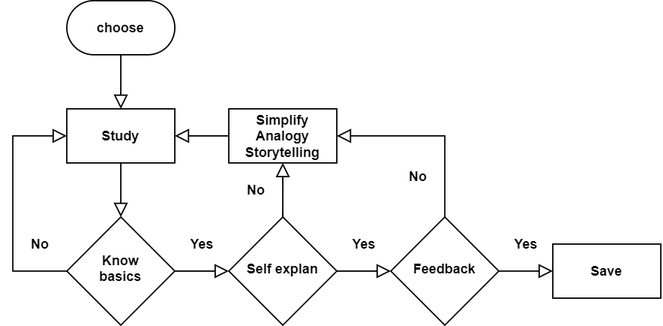
fightmeat/photos keeps this draw.io diagram as Feynman.png. Above is the earlier version. Source tidied: cells renumbered, new cells last; positions are measured from the earlier drawing's top-left corner, leaving out a move shared by most shapes. Its diagram source:
```xml
<mxGraphModel>
  <root>
    <mxCell id="0" />
    <mxCell id="1" parent="0" />
    <mxCell id="2" style="rounded=0;html=1;jettySize=auto;fontSize=10;endArrow=block;endFill=0;endSize=8;strokeWidth=1;shadow=0;labelBackgroundColor=none;edgeStyle=orthogonalEdgeStyle;entryX=0.5;entryY=0;entryDx=0;entryDy=0;exitX=0.5;exitY=1;exitDx=0;exitDy=0;" parent="1" edge="1" source="3" target="16">
      <mxGeometry relative="1" as="geometry" />
    </mxCell>
    <mxCell id="3" value="&lt;b style=&quot;font-size: 10px;&quot;&gt;choose&lt;/b&gt;" style="rounded=1;whiteSpace=wrap;html=1;fontSize=10;glass=0;strokeWidth=1;shadow=0;arcSize=50;" parent="1" vertex="1">
      <mxGeometry x="40" width="80" height="40" as="geometry" />
    </mxCell>
    <mxCell id="4" value="&lt;b style=&quot;font-size: 10px;&quot;&gt;Yes&lt;/b&gt;" style="rounded=0;html=1;jettySize=auto;fontSize=10;endArrow=block;endFill=0;endSize=8;strokeWidth=1;shadow=0;labelBackgroundColor=none;edgeStyle=orthogonalEdgeStyle;exitX=1;exitY=0.5;exitDx=0;exitDy=0;entryX=0;entryY=0.5;entryDx=0;entryDy=0;" parent="1" edge="1" source="5" target="6">
      <mxGeometry y="20" relative="1" as="geometry" />
    </mxCell>
    <mxCell id="5" value="&lt;b style=&quot;font-size: 10px;&quot;&gt;Know&lt;br&gt;&lt;/b&gt;&lt;b&gt;basics&lt;/b&gt;&lt;b style=&quot;font-size: 10px;&quot;&gt;&lt;br&gt;&lt;/b&gt;" style="rhombus;whiteSpace=wrap;html=1;shadow=0;fontFamily=Helvetica;fontSize=10;align=center;strokeWidth=1;spacing=6;spacingTop=-4;" parent="1" vertex="1">
      <mxGeometry x="40" y="160" width="80" height="80" as="geometry" />
    </mxCell>
    <mxCell id="6" value="&lt;b style=&quot;font-size: 10px;&quot;&gt;Self explan&lt;/b&gt;" style="rhombus;whiteSpace=wrap;html=1;shadow=0;fontFamily=Helvetica;fontSize=10;align=center;strokeWidth=1;spacing=6;spacingTop=-4;" parent="1" vertex="1">
      <mxGeometry x="160" y="160" width="80" height="80" as="geometry" />
    </mxCell>
    <mxCell id="7" value="&lt;b style=&quot;font-size: 10px;&quot;&gt;Simplify Analogy Storytelling&lt;/b&gt;" style="rounded=1;whiteSpace=wrap;html=1;fontSize=10;glass=0;strokeWidth=1;shadow=0;arcSize=0;" parent="1" vertex="1">
      <mxGeometry x="160" y="80" width="80" height="40" as="geometry" />
    </mxCell>
    <mxCell id="8" value="&lt;b style=&quot;font-size: 10px;&quot;&gt;Save&lt;/b&gt;" style="rounded=1;whiteSpace=wrap;html=1;fontSize=10;glass=0;strokeWidth=1;shadow=0;arcSize=0;" parent="1" vertex="1">
      <mxGeometry x="400" y="180" width="80" height="40" as="geometry" />
    </mxCell>
    <mxCell id="9" value="&lt;b style=&quot;font-size: 10px;&quot;&gt;No&lt;/b&gt;" style="edgeStyle=orthogonalEdgeStyle;rounded=0;html=1;jettySize=auto;fontSize=10;endArrow=block;endFill=0;endSize=8;strokeWidth=1;shadow=0;labelBackgroundColor=none;entryX=1;entryY=0.5;entryDx=0;entryDy=0;exitX=0.5;exitY=0;exitDx=0;exitDy=0;" parent="1" edge="1" source="10" target="7">
      <mxGeometry x="-0.57" y="20" relative="1" as="geometry">
        <Array as="points">
          <mxPoint x="320" y="100" />
        </Array>
      </mxGeometry>
    </mxCell>
    <mxCell id="10" value="&lt;b style=&quot;font-size: 10px;&quot;&gt;Feedback&lt;/b&gt;" style="rhombus;whiteSpace=wrap;html=1;shadow=0;fontFamily=Helvetica;fontSize=10;align=center;strokeWidth=1;spacing=6;spacingTop=-4;" parent="1" vertex="1">
      <mxGeometry x="280" y="160" width="80" height="80" as="geometry" />
    </mxCell>
    <mxCell id="11" value="&lt;b style=&quot;font-size: 10px;&quot;&gt;No&lt;/b&gt;" style="edgeStyle=orthogonalEdgeStyle;rounded=0;html=1;jettySize=auto;fontSize=10;endArrow=block;endFill=0;endSize=8;strokeWidth=1;shadow=0;labelBackgroundColor=none;exitX=0;exitY=0.5;exitDx=0;exitDy=0;entryX=0;entryY=0.5;entryDx=0;entryDy=0;" parent="1" edge="1" source="5" target="16">
      <mxGeometry x="-0.33" y="-20" relative="1" as="geometry">
        <Array as="points">
          <mxPoint y="200" />
          <mxPoint y="100" />
        </Array>
      </mxGeometry>
    </mxCell>
    <mxCell id="12" value="&lt;b style=&quot;font-size: 10px;&quot;&gt;Yes&lt;/b&gt;" style="rounded=0;html=1;jettySize=auto;fontSize=10;endArrow=block;endFill=0;endSize=8;strokeWidth=1;shadow=0;labelBackgroundColor=none;edgeStyle=orthogonalEdgeStyle;exitX=1;exitY=0.5;exitDx=0;exitDy=0;entryX=0;entryY=0.5;entryDx=0;entryDy=0;" parent="1" edge="1" source="6" target="10">
      <mxGeometry y="20" relative="1" as="geometry" />
    </mxCell>
    <mxCell id="13" value="&lt;b style=&quot;font-size: 10px;&quot;&gt;Yes&lt;/b&gt;" style="edgeStyle=orthogonalEdgeStyle;rounded=0;html=1;jettySize=auto;fontSize=10;endArrow=block;endFill=0;endSize=8;strokeWidth=1;shadow=0;labelBackgroundColor=none;exitX=1;exitY=0.5;exitDx=0;exitDy=0;entryX=0;entryY=0.5;entryDx=0;entryDy=0;" parent="1" edge="1" source="10" target="8">
      <mxGeometry y="20" relative="1" as="geometry">
        <Array as="points">
          <mxPoint x="390" y="200" />
          <mxPoint x="390" y="200" />
        </Array>
      </mxGeometry>
    </mxCell>
    <mxCell id="14" value="&lt;b style=&quot;font-size: 10px;&quot;&gt;No&lt;/b&gt;" style="edgeStyle=orthogonalEdgeStyle;rounded=0;html=1;jettySize=auto;fontSize=10;endArrow=block;endFill=0;endSize=8;strokeWidth=1;shadow=0;labelBackgroundColor=none;exitX=0.5;exitY=0;exitDx=0;exitDy=0;entryX=0.5;entryY=1;entryDx=0;entryDy=0;" parent="1" edge="1" source="6" target="7">
      <mxGeometry y="20" relative="1" as="geometry">
        <Array as="points">
          <mxPoint x="200" y="140" />
          <mxPoint x="200" y="140" />
        </Array>
      </mxGeometry>
    </mxCell>
    <mxCell id="15" style="edgeStyle=orthogonalEdgeStyle;rounded=0;html=1;jettySize=auto;fontSize=10;endArrow=block;endFill=0;endSize=8;strokeWidth=1;shadow=0;labelBackgroundColor=none;exitX=0;exitY=0.5;exitDx=0;exitDy=0;entryX=1;entryY=0.5;entryDx=0;entryDy=0;" parent="1" edge="1" source="7" target="16">
      <mxGeometry x="-1" y="-72" relative="1" as="geometry">
        <mxPoint x="40" y="12" as="offset" />
      </mxGeometry>
    </mxCell>
    <mxCell id="16" value="&lt;b style=&quot;font-size: 10px;&quot;&gt;Study&lt;/b&gt;" style="rounded=1;whiteSpace=wrap;html=1;fontSize=10;glass=0;strokeWidth=1;shadow=0;arcSize=0;" parent="1" vertex="1">
      <mxGeometry x="40" y="80" width="80" height="40" as="geometry" />
    </mxCell>
    <mxCell id="17" style="rounded=0;html=1;jettySize=auto;fontSize=10;endArrow=block;endFill=0;endSize=8;strokeWidth=1;shadow=0;labelBackgroundColor=none;edgeStyle=orthogonalEdgeStyle;exitX=0.5;exitY=1;exitDx=0;exitDy=0;entryX=0.5;entryY=0;entryDx=0;entryDy=0;" parent="1" edge="1" source="16" target="5">
      <mxGeometry relative="1" as="geometry" />
    </mxCell>
  </root>
</mxGraphModel>
```
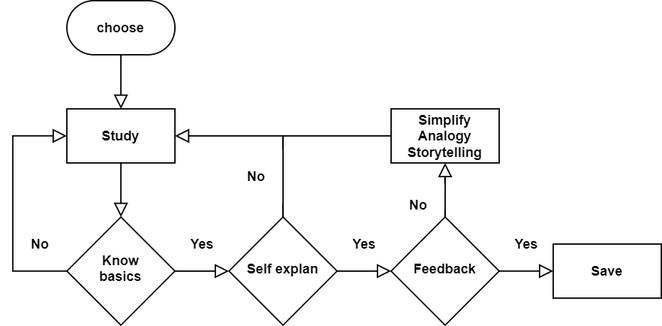
Above is the later version.

The edit, as a diff of the source:
```diff
@@ -18,15 +18,15 @@
       <mxGeometry x="160" y="160" width="80" height="80" as="geometry" />
     </mxCell>
     <mxCell id="7" value="&lt;b style=&quot;font-size: 10px;&quot;&gt;Simplify Analogy Storytelling&lt;/b&gt;" style="rounded=1;whiteSpace=wrap;html=1;fontSize=10;glass=0;strokeWidth=1;shadow=0;arcSize=0;" parent="1" vertex="1">
-      <mxGeometry x="160" y="80" width="80" height="40" as="geometry" />
+      <mxGeometry x="280" y="80" width="80" height="40" as="geometry" />
     </mxCell>
     <mxCell id="8" value="&lt;b style=&quot;font-size: 10px;&quot;&gt;Save&lt;/b&gt;" style="rounded=1;whiteSpace=wrap;html=1;fontSize=10;glass=0;strokeWidth=1;shadow=0;arcSize=0;" parent="1" vertex="1">
       <mxGeometry x="400" y="180" width="80" height="40" as="geometry" />
     </mxCell>
-    <mxCell id="9" value="&lt;b style=&quot;font-size: 10px;&quot;&gt;No&lt;/b&gt;" style="edgeStyle=orthogonalEdgeStyle;rounded=0;html=1;jettySize=auto;fontSize=10;endArrow=block;endFill=0;endSize=8;strokeWidth=1;shadow=0;labelBackgroundColor=none;entryX=1;entryY=0.5;entryDx=0;entryDy=0;exitX=0.5;exitY=0;exitDx=0;exitDy=0;" parent="1" edge="1" source="10" target="7">
+    <mxCell id="9" value="&lt;b style=&quot;font-size: 10px;&quot;&gt;No&lt;/b&gt;" style="edgeStyle=orthogonalEdgeStyle;rounded=0;html=1;jettySize=auto;fontSize=10;endArrow=block;endFill=0;endSize=8;strokeWidth=1;shadow=0;labelBackgroundColor=none;entryX=0.5;entryY=1;entryDx=0;entryDy=0;exitX=0.5;exitY=0;exitDx=0;exitDy=0;" parent="1" edge="1" source="10" target="7">
       <mxGeometry x="-0.57" y="20" relative="1" as="geometry">
         <Array as="points">
-          <mxPoint x="320" y="100" />
+          <mxPoint x="320" y="150" />
         </Array>
       </mxGeometry>
     </mxCell>
@@ -52,8 +52,9 @@
         </Array>
       </mxGeometry>
     </mxCell>
-    <mxCell id="14" value="&lt;b style=&quot;font-size: 10px;&quot;&gt;No&lt;/b&gt;" style="edgeStyle=orthogonalEdgeStyle;rounded=0;html=1;jettySize=auto;fontSize=10;endArrow=block;endFill=0;endSize=8;strokeWidth=1;shadow=0;labelBackgroundColor=none;exitX=0.5;exitY=0;exitDx=0;exitDy=0;entryX=0.5;entryY=1;entryDx=0;entryDy=0;" parent="1" edge="1" source="6" target="7">
+    <mxCell id="14" value="&lt;b style=&quot;font-size: 10px;&quot;&gt;No&lt;/b&gt;" style="edgeStyle=orthogonalEdgeStyle;rounded=0;html=1;jettySize=auto;fontSize=10;endArrow=none;endFill=0;endSize=8;strokeWidth=1;shadow=0;labelBackgroundColor=none;exitX=0.5;exitY=0;exitDx=0;exitDy=0;" parent="1" edge="1" source="6">
       <mxGeometry y="20" relative="1" as="geometry">
+        <mxPoint x="200" y="100" as="targetPoint" />
         <Array as="points">
           <mxPoint x="200" y="140" />
           <mxPoint x="200" y="140" />
```
